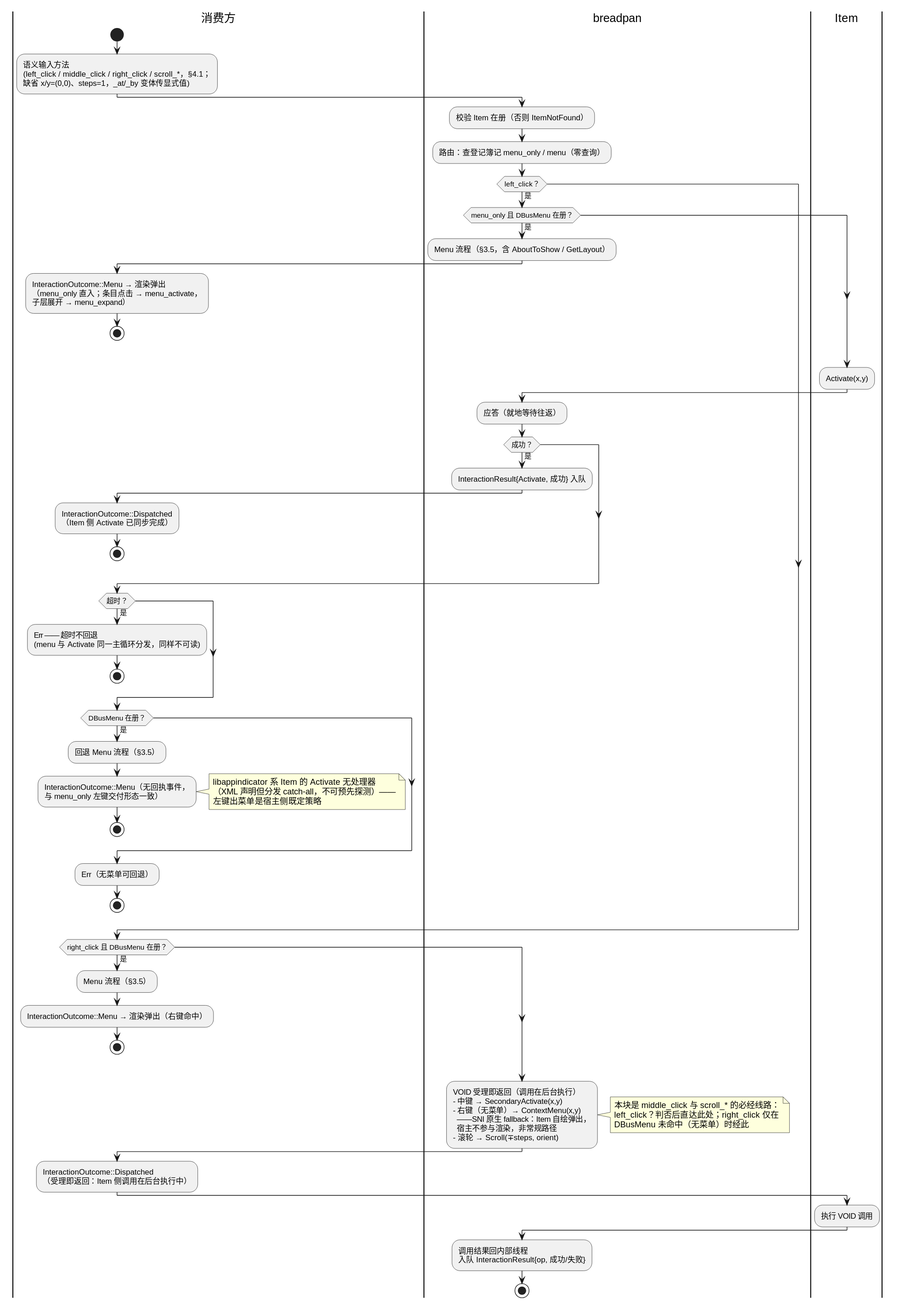
This is breadpan/diagram/breadpan-input-routing.svg from 54m43lJ/BreadKnife, a PlantUML export, as it was before one commit.
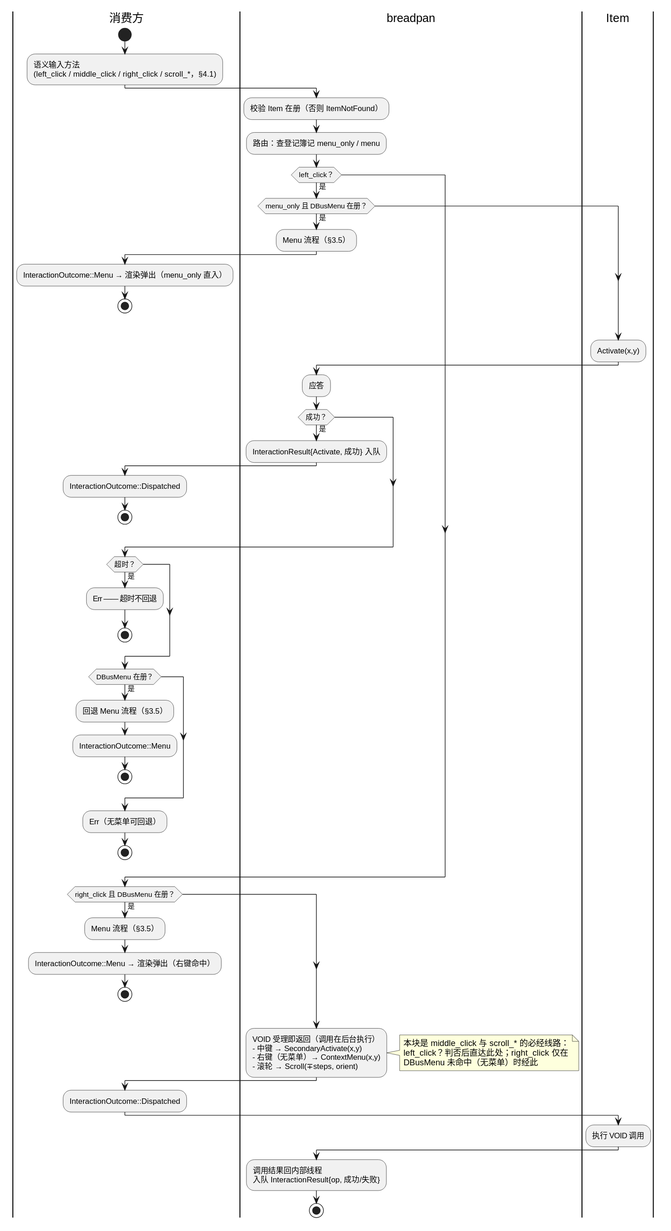
The same file after the commit.

Commit message:
docs(breadpan): CODE 通用约定章置空（引用改链 ARCHITECTURE §2）；五图与 ARCH 正文去重并重导出

The edit, as a diff of the source:
```diff
@@ -2,47 +2,36 @@
 |消费方|
 start
 :语义输入方法
-(left_click / middle_click / right_click / scroll_*，§4.1；
-缺省 x/y=(0,0)、steps=1，_at/_by 变体传显式值);
+(left_click / middle_click / right_click / scroll_*，§4.1);
 |breadpan|
 :校验 Item 在册（否则 ItemNotFound）;
-:路由：查登记簿记 menu_only / menu（零查询）;
+:路由：查登记簿记 menu_only / menu;
 if (left_click？) then (是)
   if (menu_only 且 DBusMenu 在册？) then (是)
-    :Menu 流程（§3.5，含 AboutToShow / GetLayout）;
+    :Menu 流程（§3.5）;
     |消费方|
-    :InteractionOutcome::Menu → 渲染弹出
-    （menu_only 直入；条目点击 → menu_activate，
-    子层展开 → menu_expand）;
+    :InteractionOutcome::Menu → 渲染弹出（menu_only 直入）;
     stop
   endif
   |Item|
   :Activate(x,y);
   |breadpan|
-  :应答（就地等待往返）;
+  :应答;
   if (成功？) then (是)
     :InteractionResult{Activate, 成功} 入队;
     |消费方|
-    :InteractionOutcome::Dispatched
-    （Item 侧 Activate 已同步完成）;
+    :InteractionOutcome::Dispatched;
     stop
   endif
   if (超时？) then (是)
     |消费方|
-    :Err —— 超时不回退
-    (menu 与 Activate 同一主循环分发，同样不可读);
+    :Err —— 超时不回退;
     stop
   endif
   if (DBusMenu 在册？) then (是)
     :回退 Menu 流程（§3.5）;
     |消费方|
-    :InteractionOutcome::Menu（无回执事件，
-    与 menu_only 左键交付形态一致）;
-    note right
-      libappindicator 系 Item 的 Activate 无处理器
-      （XML 声明但分发 catch-all，不可预先探测）——
-      左键出菜单是宿主侧既定策略
-    end note
+    :InteractionOutcome::Menu;
     stop
   endif
   |消费方|
@@ -59,8 +48,6 @@
 :VOID 受理即返回（调用在后台执行）
 - 中键 → SecondaryActivate(x,y)
 - 右键（无菜单）→ ContextMenu(x,y)
-  ——SNI 原生 fallback：Item 自绘弹出，
-  宿主不参与渲染，非常规路径
 - 滚轮 → Scroll(∓steps, orient);
 note right
   本块是 middle_click 与 scroll_* 的必经线路：
@@ -68,8 +55,7 @@
   DBusMenu 未命中（无菜单）时经此
 end note
 |消费方|
-:InteractionOutcome::Dispatched
-（受理即返回：Item 侧调用在后台执行中）;
+:InteractionOutcome::Dispatched;
 |Item|
 :执行 VOID 调用;
 |breadpan|
```
